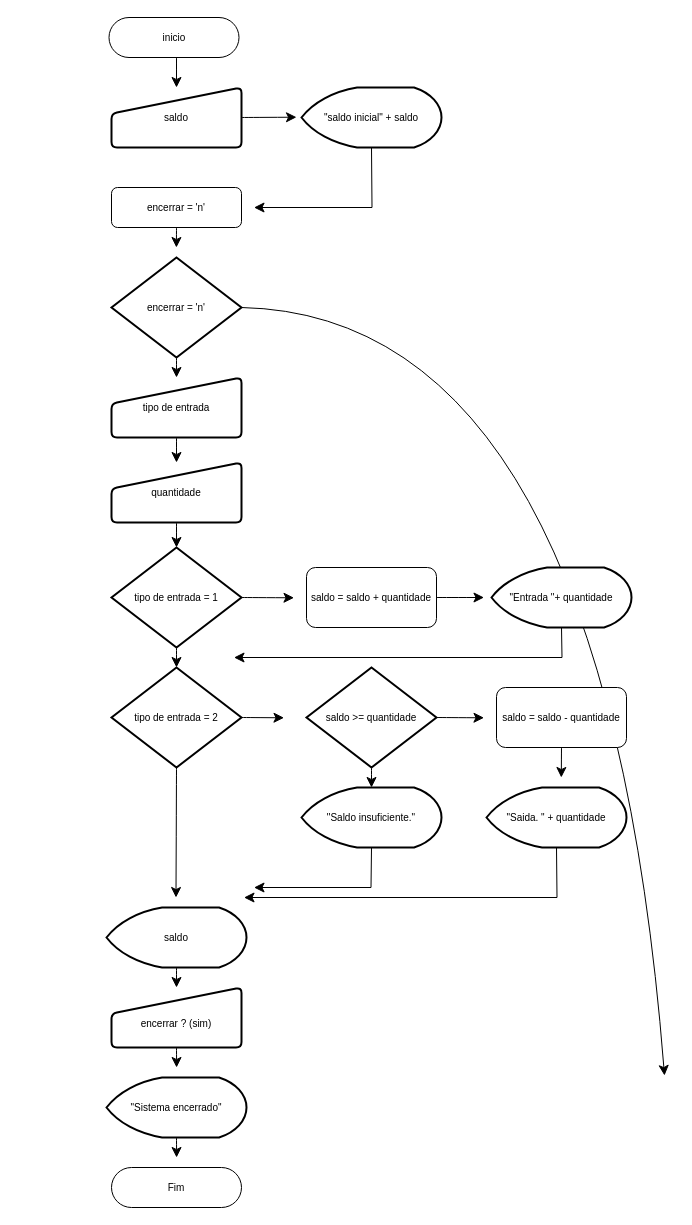
Earlier version of the draw.io diagram Diagrama sem nome.drawio (Matteo019/Repo.Matt). Source tidied: cells renumbered, new cells numbered last; positions are measured from the earlier drawing's top-left corner, leaving out a move shared by most shapes. Both pictures are drawn from the tidied source at 100%, with x=0, y=0 at pixel (106, 17).
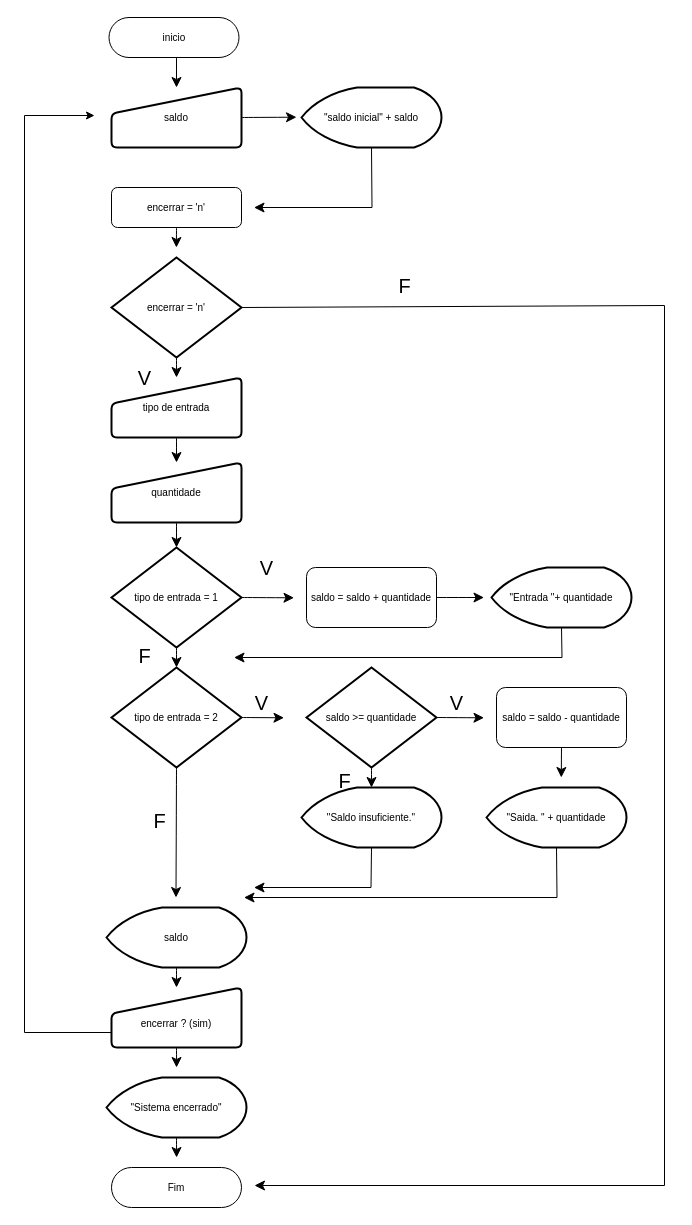
After the change.

Unchanged cells that the change refers to:
```xml
<mxCell id="12" value="encerrar = 'n'" style="strokeWidth=2;html=1;shape=mxgraph.flowchart.decision;whiteSpace=wrap;fontSize=10;labelBackgroundColor=none;" parent="1" vertex="1">
  <mxGeometry x="5" y="240" width="130" height="100" as="geometry" />
</mxCell>
<mxCell id="39" value="&lt;br&gt;encerrar ? (sim)" style="html=1;strokeWidth=2;shape=manualInput;whiteSpace=wrap;rounded=1;size=26;arcSize=11;fontSize=10;labelBackgroundColor=none;" parent="1" vertex="1">
  <mxGeometry x="5" y="970" width="130" height="60" as="geometry" />
</mxCell>
```

The edit, as a diff of the source:
```diff
@@
-    <mxCell id="11" style="edgeStyle=none;curved=1;rounded=0;jettySize=auto;html=1;exitX=1;exitY=0.5;exitDx=0;exitDy=0;exitPerimeter=0;fontSize=12;startSize=8;endSize=8;" parent="1" edge="1" source="12">
+    <mxCell id="11" style="edgeStyle=none;rounded=0;jettySize=auto;html=1;exitX=1;exitY=0.5;exitDx=0;exitDy=0;exitPerimeter=0;fontSize=12;startSize=8;endSize=8;" parent="1" edge="1" source="12">
       <mxGeometry relative="1" as="geometry">
-        <mxPoint x="558" y="1058" as="targetPoint" />
+        <mxPoint x="148" y="1168" as="targetPoint" />
         <Array as="points">
-          <mxPoint x="498" y="298" />
+          <mxPoint x="558" y="288" />
+          <mxPoint x="558" y="1168" />
         </Array>
       </mxGeometry>
     </mxCell>
@@
+    <mxCell id="43" style="rounded=0;jettySize=auto;html=1;exitX=0;exitY=0.75;exitDx=0;exitDy=0;" parent="1" edge="1" source="39">
+      <mxGeometry relative="1" as="geometry">
+        <mxPoint x="-12" y="98" as="targetPoint" />
+        <Array as="points">
+          <mxPoint x="-82" y="1015" />
+          <mxPoint x="-82" y="98" />
+        </Array>
+      </mxGeometry>
+    </mxCell>
@@
+    <mxCell id="44" value="V" style="text;html=1;align=center;verticalAlign=middle;strokeColor=none;fillColor=none;fontSize=20;" parent="1" vertex="1">
+      <mxGeometry x="135" y="665" width="40" height="40" as="geometry" />
+    </mxCell>
+    <mxCell id="45" value="F" style="text;html=1;align=center;verticalAlign=middle;strokeColor=none;fillColor=none;fontSize=20;" parent="1" vertex="1">
+      <mxGeometry x="33" y="783" width="40" height="40" as="geometry" />
+    </mxCell>
+    <mxCell id="46" value="V" style="text;html=1;align=center;verticalAlign=middle;strokeColor=none;fillColor=none;fontSize=20;" parent="1" vertex="1">
+      <mxGeometry x="330" y="665" width="40" height="40" as="geometry" />
+    </mxCell>
+    <mxCell id="47" value="F" style="text;html=1;align=center;verticalAlign=middle;strokeColor=none;fillColor=none;fontSize=20;" parent="1" vertex="1">
+      <mxGeometry x="218" y="743" width="40" height="40" as="geometry" />
+    </mxCell>
+    <mxCell id="48" value="F" style="text;html=1;align=center;verticalAlign=middle;strokeColor=none;fillColor=none;fontSize=20;" parent="1" vertex="1">
+      <mxGeometry x="18" y="618" width="40" height="40" as="geometry" />
+    </mxCell>
+    <mxCell id="49" value="V" style="text;html=1;align=center;verticalAlign=middle;strokeColor=none;fillColor=none;fontSize=20;" parent="1" vertex="1">
+      <mxGeometry x="140" y="530" width="40" height="40" as="geometry" />
+    </mxCell>
+    <mxCell id="50" value="F" style="text;html=1;align=center;verticalAlign=middle;strokeColor=none;fillColor=none;fontSize=20;" parent="1" vertex="1">
+      <mxGeometry x="278" y="248" width="40" height="40" as="geometry" />
+    </mxCell>
+    <mxCell id="51" value="V" style="text;html=1;align=center;verticalAlign=middle;strokeColor=none;fillColor=none;fontSize=20;" parent="1" vertex="1">
+      <mxGeometry x="18" y="340" width="40" height="40" as="geometry" />
+    </mxCell>
```
